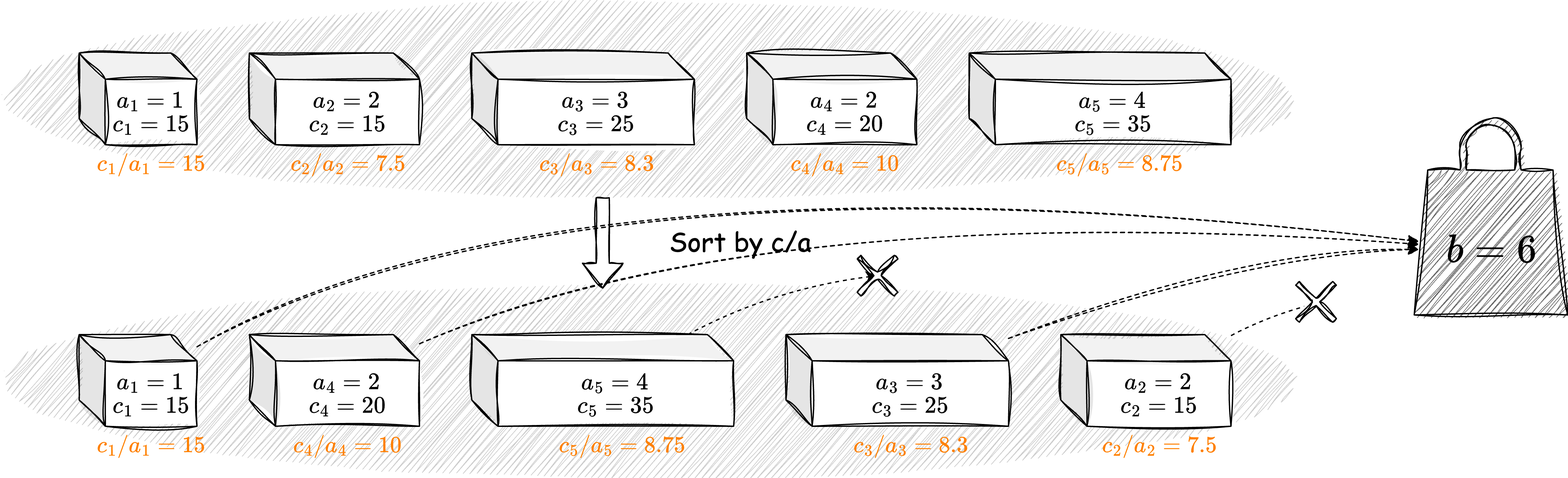
The draw.io diagram slides/ch3/sec4/figures/greedy.png in okayama-daiki/approximation-algorithms, before a commit. Source tidied: cells renumbered, new cells last; positions are measured from the earlier drawing's top-left corner, leaving out a move shared by most shapes.
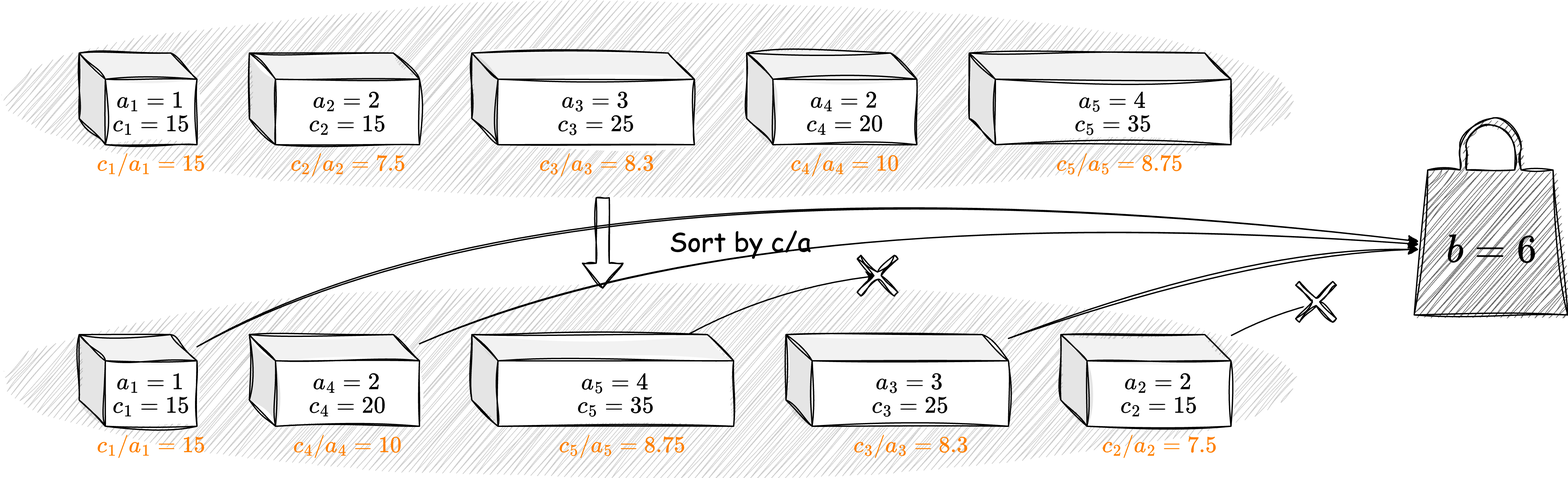
After the commit.

Change to the diagram source:
```diff
@@ -29,7 +29,7 @@
     <mxCell id="10" style="ellipse;whiteSpace=wrap;html=1;strokeColor=none;dashed=1;sketch=1;curveFitting=1;jiggle=2;fillColor=#CCCCCC;fillStyle=hachure;" parent="1" vertex="1">
       <mxGeometry y="215" width="990" height="150" as="geometry" />
     </mxCell>
-    <mxCell id="11" style="edgeStyle=none;html=1;dashed=1;rounded=0;curved=1;sketch=1;curveFitting=1;jiggle=2;" parent="1" edge="1" source="12" target="9">
+    <mxCell id="11" style="edgeStyle=none;html=1;rounded=0;curved=1;sketch=1;curveFitting=1;jiggle=2;" parent="1" edge="1" source="12" target="9">
       <mxGeometry relative="1" as="geometry">
         <Array as="points">
           <mxPoint x="420" y="110" />
@@ -39,7 +39,7 @@
     <mxCell id="12" value="&lt;div&gt;&lt;font style=&quot;font-size: 15px;&quot; face=&quot;Comic Sans MS&quot;&gt;\(a_1=1\)&lt;/font&gt;&lt;/div&gt;&lt;font style=&quot;font-size: 15px;&quot; face=&quot;Comic Sans MS&quot;&gt;\(c_1=15\)&lt;/font&gt;" style="shape=cube;whiteSpace=wrap;html=1;boundedLbl=1;backgroundOutline=1;darkOpacity=0.05;darkOpacity2=0.1;sketch=1;curveFitting=1;jiggle=2;strokeWidth=1;" parent="1" vertex="1">
       <mxGeometry x="60" y="255" width="90" height="70" as="geometry" />
     </mxCell>
-    <mxCell id="13" style="edgeStyle=none;html=1;rounded=0;curved=1;dashed=1;" parent="1" edge="1" source="14">
+    <mxCell id="13" style="edgeStyle=none;html=1;rounded=0;curved=1;" parent="1" edge="1" source="14">
       <mxGeometry relative="1" as="geometry">
         <mxPoint x="1010" y="230" as="targetPoint" />
         <Array as="points">
@@ -50,7 +50,7 @@
     <mxCell id="14" value="&lt;div&gt;&lt;font style=&quot;font-size: 15px;&quot; face=&quot;Comic Sans MS&quot;&gt;\(a_2=2\)&lt;/font&gt;&lt;/div&gt;&lt;font style=&quot;font-size: 15px;&quot; face=&quot;Comic Sans MS&quot;&gt;\(c_2=15\)&lt;/font&gt;" style="shape=cube;whiteSpace=wrap;html=1;boundedLbl=1;backgroundOutline=1;darkOpacity=0.05;darkOpacity2=0.1;sketch=1;curveFitting=1;jiggle=2;strokeWidth=1;" parent="1" vertex="1">
       <mxGeometry x="810" y="255" width="130" height="70" as="geometry" />
     </mxCell>
-    <mxCell id="15" style="edgeStyle=none;html=1;dashed=1;rounded=0;curved=1;sketch=1;curveFitting=1;jiggle=2;" parent="1" edge="1" source="16" target="9">
+    <mxCell id="15" style="edgeStyle=none;html=1;rounded=0;curved=1;sketch=1;curveFitting=1;jiggle=2;" parent="1" edge="1" source="16" target="9">
       <mxGeometry relative="1" as="geometry">
         <Array as="points">
           <mxPoint x="950" y="190" />
@@ -60,7 +60,7 @@
     <mxCell id="16" value="&lt;div&gt;&lt;font style=&quot;font-size: 15px;&quot; face=&quot;Comic Sans MS&quot;&gt;\(a_3=3\)&lt;/font&gt;&lt;/div&gt;&lt;font style=&quot;font-size: 15px;&quot; face=&quot;Comic Sans MS&quot;&gt;\(c_3=25\)&lt;/font&gt;" style="shape=cube;whiteSpace=wrap;html=1;boundedLbl=1;backgroundOutline=1;darkOpacity=0.05;darkOpacity2=0.1;sketch=1;curveFitting=1;jiggle=2;strokeWidth=1;" parent="1" vertex="1">
       <mxGeometry x="600" y="255" width="170" height="70" as="geometry" />
     </mxCell>
-    <mxCell id="17" style="edgeStyle=none;html=1;dashed=1;rounded=0;curved=1;sketch=1;curveFitting=1;jiggle=2;" parent="1" edge="1" source="18" target="9">
+    <mxCell id="17" style="edgeStyle=none;html=1;rounded=0;curved=1;sketch=1;curveFitting=1;jiggle=2;" parent="1" edge="1" source="18" target="9">
       <mxGeometry relative="1" as="geometry">
         <Array as="points">
           <mxPoint x="580" y="150" />
@@ -70,7 +70,7 @@
     <mxCell id="18" value="&lt;div&gt;&lt;font style=&quot;font-size: 15px;&quot; face=&quot;Comic Sans MS&quot;&gt;\(a_4=2\)&lt;/font&gt;&lt;/div&gt;&lt;font style=&quot;font-size: 15px;&quot; face=&quot;Comic Sans MS&quot;&gt;\(c_4=20\)&lt;/font&gt;" style="shape=cube;whiteSpace=wrap;html=1;boundedLbl=1;backgroundOutline=1;darkOpacity=0.05;darkOpacity2=0.1;sketch=1;curveFitting=1;jiggle=2;strokeWidth=1;" parent="1" vertex="1">
       <mxGeometry x="190" y="255" width="130" height="70" as="geometry" />
     </mxCell>
-    <mxCell id="19" style="edgeStyle=none;html=1;rounded=0;curved=1;dashed=1;" parent="1" edge="1" source="20">
+    <mxCell id="19" style="edgeStyle=none;html=1;rounded=0;curved=1;" parent="1" edge="1" source="20">
       <mxGeometry relative="1" as="geometry">
         <mxPoint x="670" y="210" as="targetPoint" />
         <Array as="points">
```
